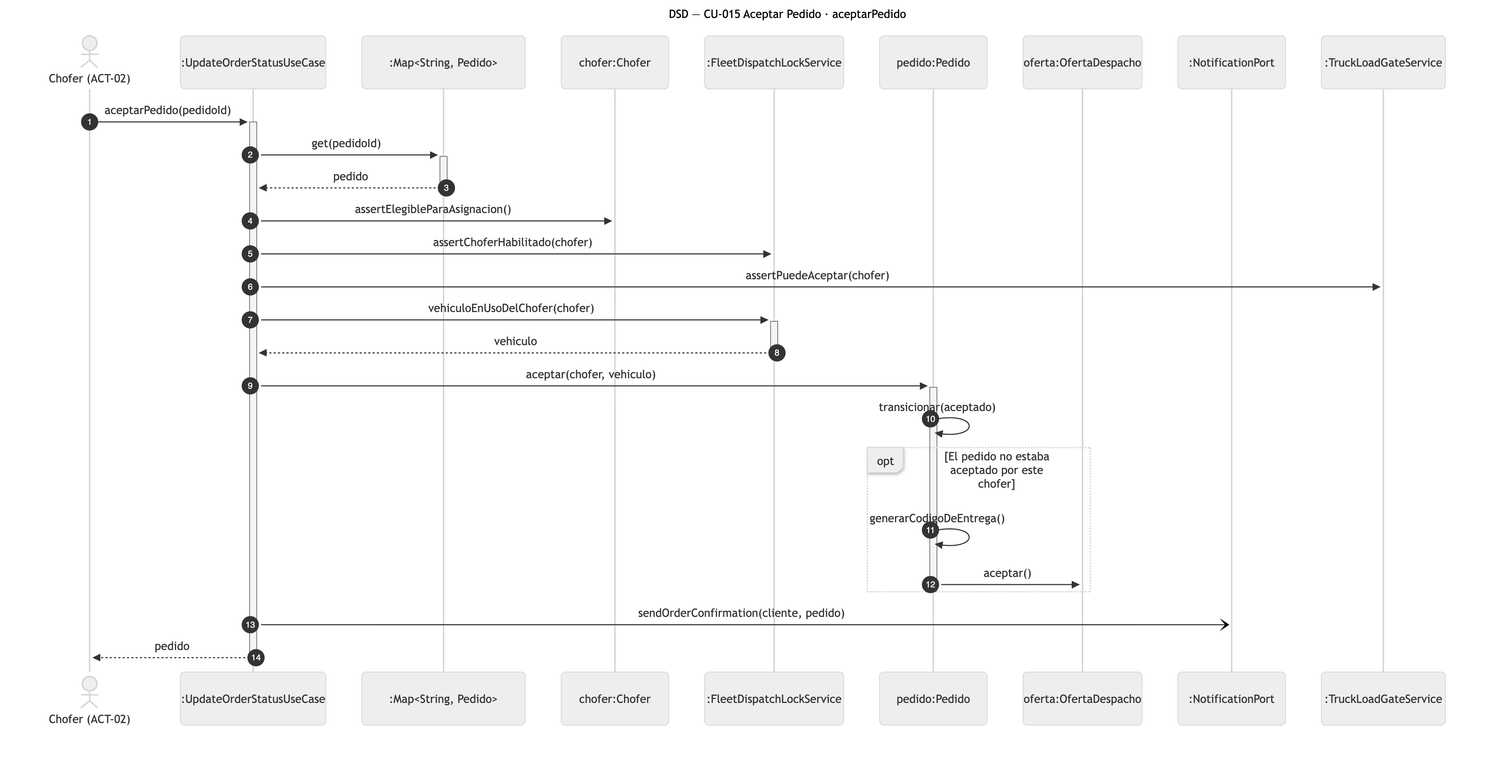
Before: diagramas/png/DSD_CU-015_aceptarPedido.png, a diagram exported from Mermaid (Nahuelito-Dev/splg-docs). Its source is kept beside it as diagramas/DSD_CU-015_aceptarPedido.mmd.
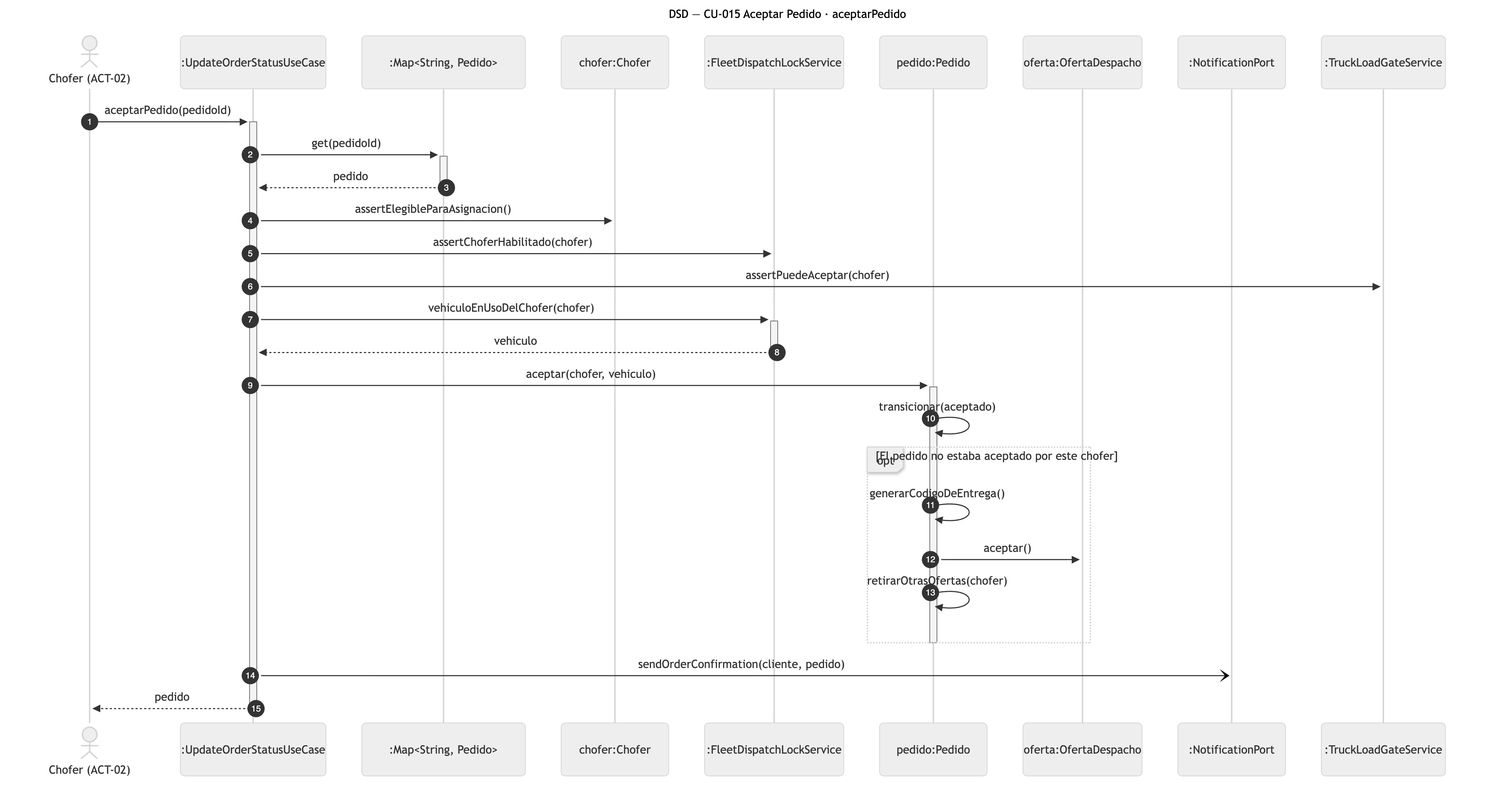
Above is the later version.

Change to the diagram source:
```diff
@@ -24,6 +24,7 @@
     opt El pedido no estaba aceptado por este chofer
         PED->>PED: generarCodigoDeEntrega()
         PED->>OFE: aceptar()
+        PED->>PED: retirarOtrasOfertas(chofer)
     end
     deactivate PED
     UCS-)NOT: sendOrderConfirmation(cliente, pedido)
```
